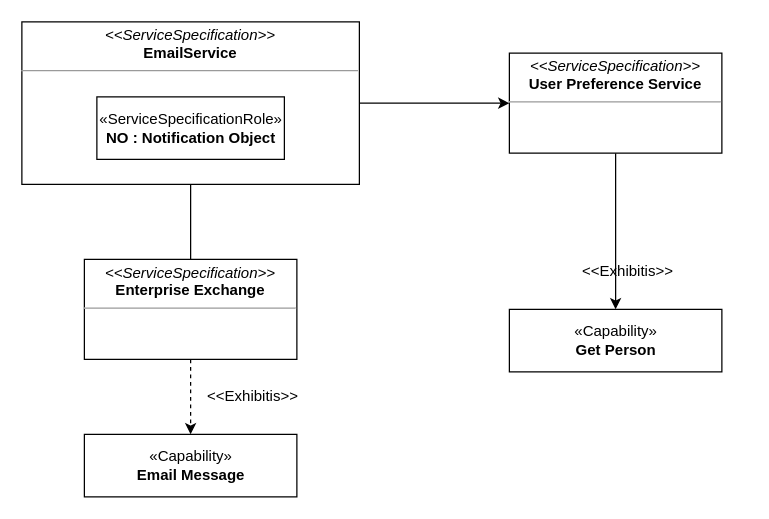
This is page "SvcV-2" (3 of 4) of Drawings/Microservices/EmailService/EmailService.drawio from RMSLowside/rmslow, a draw.io file, before an edit. Source tidied: cells renumbered, new cells numbered last; positions are measured from the earlier drawing's top-left corner, leaving out a move shared by most shapes. Both pictures are drawn from the tidied source at 125%, with x=0, y=0 at pixel (21, 21).
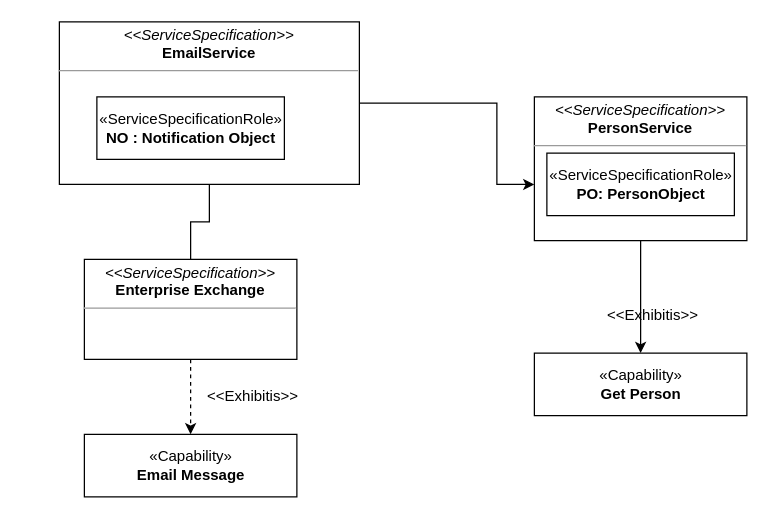
Above is the later version.

The edit, as a diff of the source:
```diff
@@
 <mxGraphModel>
   <root>
     <mxCell id="0" />
     <mxCell id="1" parent="0" />
     <mxCell id="2" style="edgeStyle=orthogonalEdgeStyle;rounded=0;jettySize=auto;html=1;exitX=0.5;exitY=1;exitDx=0;exitDy=0;entryX=0.5;entryY=0;entryDx=0;entryDy=0;endArrow=none;endFill=0;" parent="1" edge="1" source="4" target="7">
       <mxGeometry relative="1" as="geometry" />
     </mxCell>
-    <mxCell id="3" style="edgeStyle=orthogonalEdgeStyle;rounded=0;jettySize=auto;html=1;exitX=1;exitY=0.5;exitDx=0;exitDy=0;" parent="1" edge="1" source="4" target="11">
-      <mxGeometry relative="1" as="geometry" />
-    </mxCell>
+    <mxCell id="14" style="edgeStyle=orthogonalEdgeStyle;rounded=0;jettySize=auto;html=1;entryX=0;entryY=0.609;entryDx=0;entryDy=0;entryPerimeter=0;" parent="1" edge="1" source="4" target="16">
+      <mxGeometry relative="1" as="geometry">
+        <Array as="points">
+          <mxPoint x="380" y="65" />
+          <mxPoint x="380" y="130" />
+        </Array>
+      </mxGeometry>
+    </mxCell>
     <mxCell id="4" value="&lt;p style=&quot;margin: 0px ; margin-top: 4px ; text-align: center&quot;&gt;&lt;i&gt;&amp;lt;&amp;lt;ServiceSpecification&amp;gt;&amp;gt;&lt;/i&gt;&lt;br&gt;&lt;b&gt;EmailService&lt;/b&gt;&lt;/p&gt;&lt;hr size=&quot;1&quot;&gt;&lt;p style=&quot;margin: 0px ; margin-left: 4px&quot;&gt;&lt;br&gt;&lt;/p&gt;" style="verticalAlign=top;align=left;overflow=fill;fontSize=12;fontFamily=Helvetica;html=1;" parent="1" vertex="1">
-      <mxGeometry width="270" height="130" as="geometry" />
+      <mxGeometry x="30" width="240" height="130" as="geometry" />
     </mxCell>
     <mxCell id="5" value="«ServiceSpecificationRole»&lt;br&gt;&lt;b&gt;NO : Notification Object&lt;/b&gt;" style="html=1;" parent="1" vertex="1">
       <mxGeometry x="60" y="60" width="150" height="50" as="geometry" />
     </mxCell>
     <mxCell id="6" style="edgeStyle=orthogonalEdgeStyle;rounded=0;jettySize=auto;html=1;exitX=0.5;exitY=1;exitDx=0;exitDy=0;endArrow=classic;endFill=1;dashed=1;" parent="1" edge="1" source="7">
       <mxGeometry relative="1" as="geometry">
         <mxPoint x="135" y="330" as="targetPoint" />
       </mxGeometry>
     </mxCell>
     <mxCell id="7" value="&lt;p style=&quot;margin: 0px ; margin-top: 4px ; text-align: center&quot;&gt;&lt;i&gt;&amp;lt;&amp;lt;ServiceSpecification&amp;gt;&amp;gt;&lt;/i&gt;&lt;br&gt;&lt;b&gt;Enterprise Exchange&lt;/b&gt;&lt;/p&gt;&lt;hr size=&quot;1&quot;&gt;&lt;p style=&quot;margin: 0px ; margin-left: 4px&quot;&gt;&lt;br&gt;&lt;/p&gt;" style="verticalAlign=top;align=left;overflow=fill;fontSize=12;fontFamily=Helvetica;html=1;" parent="1" vertex="1">
       <mxGeometry x="50" y="190" width="170" height="80" as="geometry" />
     </mxCell>
     <mxCell id="8" value="«Capability»&lt;br&gt;&lt;b&gt;Email Message&lt;/b&gt;" style="html=1;" parent="1" vertex="1">
       <mxGeometry x="50" y="330" width="170" height="50" as="geometry" />
     </mxCell>
     <mxCell id="9" value="&amp;lt;&amp;lt;Exhibitis&amp;gt;&amp;gt;" style="text;html=1;strokeColor=none;fillColor=none;align=center;verticalAlign=middle;whiteSpace=wrap;rounded=0;" parent="1" vertex="1">
       <mxGeometry x="150" y="290" width="70" height="20" as="geometry" />
     </mxCell>
-    <mxCell id="10" style="edgeStyle=orthogonalEdgeStyle;rounded=0;jettySize=auto;html=1;exitX=0.5;exitY=1;exitDx=0;exitDy=0;entryX=0.5;entryY=0;entryDx=0;entryDy=0;" parent="1" edge="1" source="11" target="12">
-      <mxGeometry relative="1" as="geometry" />
-    </mxCell>
-    <mxCell id="11" value="&lt;p style=&quot;margin: 0px ; margin-top: 4px ; text-align: center&quot;&gt;&lt;i&gt;&amp;lt;&amp;lt;ServiceSpecification&amp;gt;&amp;gt;&lt;/i&gt;&lt;br&gt;&lt;b&gt;User Preference Service&lt;/b&gt;&lt;/p&gt;&lt;hr size=&quot;1&quot;&gt;&lt;p style=&quot;margin: 0px ; margin-left: 4px&quot;&gt;&lt;br&gt;&lt;/p&gt;" style="verticalAlign=top;align=left;overflow=fill;fontSize=12;fontFamily=Helvetica;html=1;" parent="1" vertex="1">
-      <mxGeometry x="390" y="25" width="170" height="80" as="geometry" />
-    </mxCell>
+    <mxCell id="15" style="edgeStyle=orthogonalEdgeStyle;rounded=0;jettySize=auto;html=1;exitX=0.5;exitY=1;exitDx=0;exitDy=0;entryX=0.5;entryY=0;entryDx=0;entryDy=0;" parent="1" edge="1" source="16" target="12">
+      <mxGeometry relative="1" as="geometry" />
+    </mxCell>
+    <mxCell id="16" value="&lt;p style=&quot;margin: 0px ; margin-top: 4px ; text-align: center&quot;&gt;&lt;i&gt;&amp;lt;&amp;lt;ServiceSpecification&amp;gt;&amp;gt;&lt;/i&gt;&lt;br&gt;&lt;b&gt;PersonService&lt;/b&gt;&lt;/p&gt;&lt;hr size=&quot;1&quot;&gt;&lt;p style=&quot;margin: 0px ; margin-left: 4px&quot;&gt;&lt;br&gt;&lt;/p&gt;" style="verticalAlign=top;align=left;overflow=fill;fontSize=12;fontFamily=Helvetica;html=1;" parent="1" vertex="1">
+      <mxGeometry x="410" y="60" width="170" height="115" as="geometry" />
+    </mxCell>
     <mxCell id="12" value="«Capability»&lt;br&gt;&lt;b&gt;Get Person&lt;/b&gt;" style="html=1;" parent="1" vertex="1">
-      <mxGeometry x="390" y="230" width="170" height="50" as="geometry" />
+      <mxGeometry x="410" y="265" width="170" height="50" as="geometry" />
     </mxCell>
     <mxCell id="13" value="&amp;lt;&amp;lt;Exhibitis&amp;gt;&amp;gt;" style="text;html=1;strokeColor=none;fillColor=none;align=center;verticalAlign=middle;whiteSpace=wrap;rounded=0;" parent="1" vertex="1">
-      <mxGeometry x="450" y="190" width="70" height="20" as="geometry" />
+      <mxGeometry x="470" y="225" width="70" height="20" as="geometry" />
     </mxCell>
+    <mxCell id="17" value="«ServiceSpecificationRole»&lt;br&gt;&lt;b&gt;PO: PersonObject&lt;/b&gt;" style="html=1;" parent="1" vertex="1">
+      <mxGeometry x="420" y="105" width="150" height="50" as="geometry" />
+    </mxCell>
   </root>
 </mxGraphModel>
```
